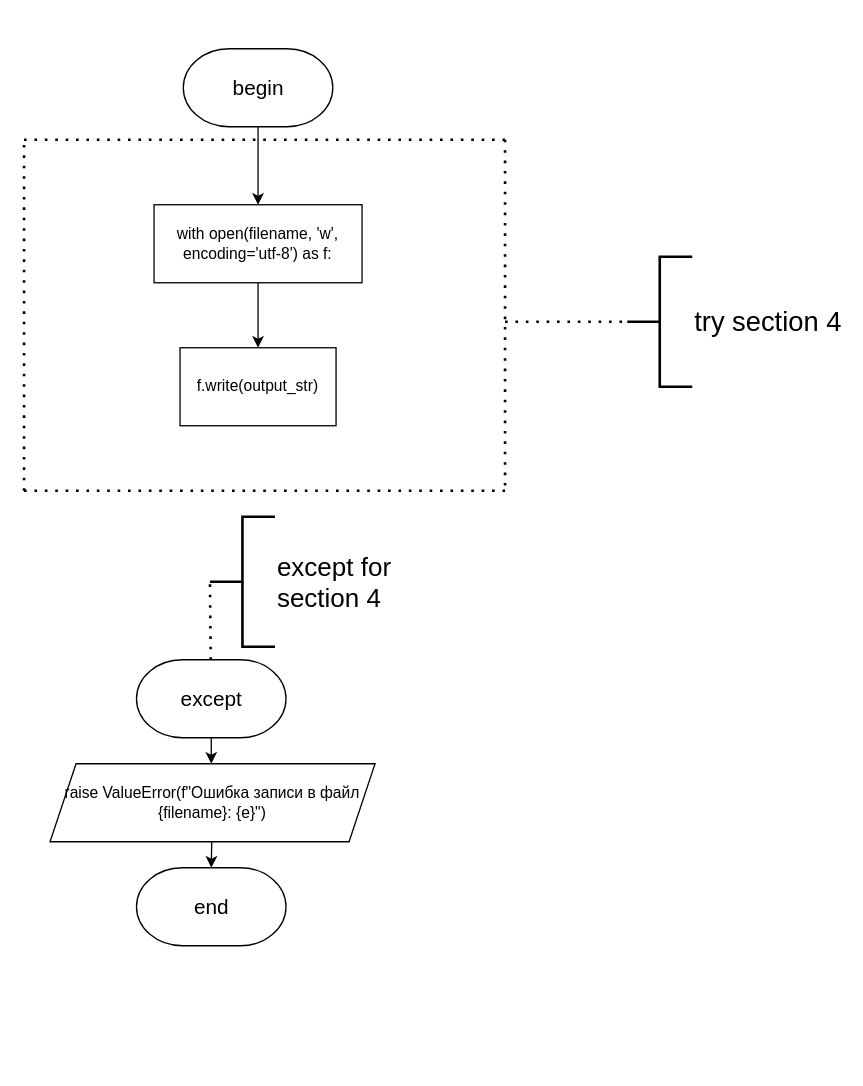
The draw.io diagram page "write_output" (4 of 8) of lw2/schemes/file_input.drawio in slavikovics/FuzzyInference, before the edit. Source tidied: cells renumbered, new cells numbered last; positions are measured from the earlier drawing's top-left corner, leaving out a move shared by most shapes. Both pictures are drawn from the tidied source at 130%, with x=0, y=0 at pixel (23, 48).
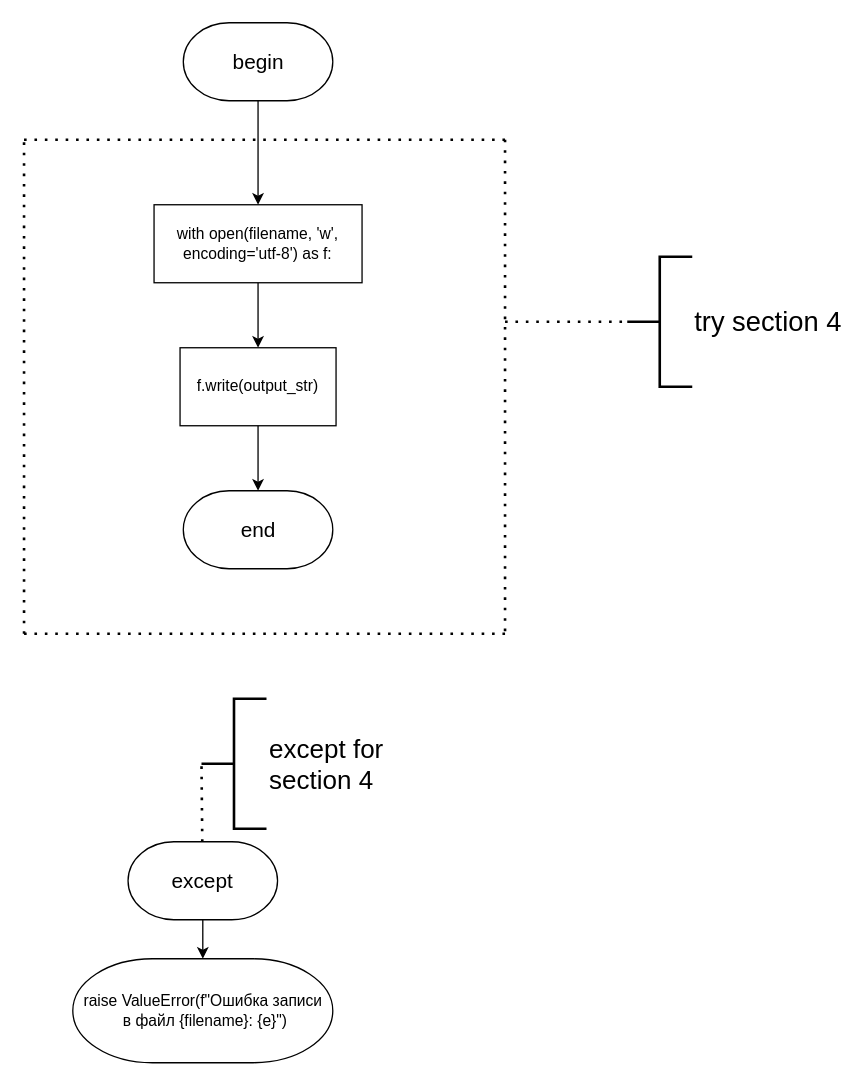
After the change.

Unchanged cells that the change refers to:
```xml
<mxCell id="6" value="f.write(output_str)" style="rounded=0;whiteSpace=wrap;html=1;" parent="1" vertex="1">
  <mxGeometry x="120" y="230" width="120" height="60" as="geometry" />
</mxCell>
```

The edit, as a diff of the source:
```diff
@@
     <mxCell id="5" value="&lt;font style=&quot;font-size: 16px;&quot;&gt;begin&lt;/font&gt;" style="strokeWidth=1;html=1;shape=mxgraph.flowchart.terminator;whiteSpace=wrap;" parent="1" vertex="1">
-      <mxGeometry x="122.5" width="115" height="60" as="geometry" />
+      <mxGeometry x="122.5" y="-20" width="115" height="60" as="geometry" />
     </mxCell>
+    <mxCell id="20" style="edgeStyle=orthogonalEdgeStyle;rounded=0;jettySize=auto;html=1;" parent="1" edge="1" source="6" target="21">
+      <mxGeometry relative="1" as="geometry" />
+    </mxCell>
@@
     <mxCell id="7" style="endArrow=none;dashed=1;html=1;dashPattern=1 3;strokeWidth=2;rounded=0;" parent="1" edge="1">
       <mxGeometry relative="1" as="geometry">
-        <mxPoint y="340" as="sourcePoint" />
-        <mxPoint x="375" y="340" as="targetPoint" />
+        <mxPoint y="450" as="sourcePoint" />
+        <mxPoint x="375" y="450" as="targetPoint" />
       </mxGeometry>
     </mxCell>
@@
     <mxCell id="9" style="endArrow=none;dashed=1;html=1;dashPattern=1 3;strokeWidth=2;rounded=0;" parent="1" edge="1">
       <mxGeometry relative="1" as="geometry">
         <mxPoint x="370" y="70" as="sourcePoint" />
-        <mxPoint x="370" y="340" as="targetPoint" />
+        <mxPoint x="370" y="450" as="targetPoint" />
       </mxGeometry>
     </mxCell>
     <mxCell id="10" style="endArrow=none;dashed=1;html=1;dashPattern=1 3;strokeWidth=2;rounded=0;" parent="1" edge="1">
       <mxGeometry relative="1" as="geometry">
-        <mxPoint y="340" as="sourcePoint" />
+        <mxPoint y="450" as="sourcePoint" />
         <mxPoint y="70" as="targetPoint" />
       </mxGeometry>
     </mxCell>
@@
-    <mxCell id="13" value="&lt;font style=&quot;font-size: 16px;&quot;&gt;end&lt;/font&gt;" style="strokeWidth=1;html=1;shape=mxgraph.flowchart.terminator;whiteSpace=wrap;" parent="1" vertex="1">
-      <mxGeometry x="86.5" y="630" width="115" height="60" as="geometry" />
+    <mxCell id="13" value="raise ValueError(f&quot;Ошибка записи&lt;div&gt;&amp;nbsp;в файл {filename}: {e}&quot;)&lt;/div&gt;" style="strokeWidth=1;html=1;shape=mxgraph.flowchart.terminator;whiteSpace=wrap;" parent="1" vertex="1">
+      <mxGeometry x="37.5" y="700" width="200" height="80" as="geometry" />
     </mxCell>
     <mxCell id="14" value="&lt;font style=&quot;font-size: 20px;&quot;&gt;except for&amp;nbsp;&lt;/font&gt;&lt;div&gt;&lt;font style=&quot;font-size: 20px;&quot;&gt;section 4&lt;/font&gt;&lt;/div&gt;" style="strokeWidth=2;html=1;shape=mxgraph.flowchart.annotation_2;align=left;labelPosition=right;" parent="1" vertex="1">
-      <mxGeometry x="143" y="360" width="50" height="100" as="geometry" />
+      <mxGeometry x="136.5" y="500" width="50" height="100" as="geometry" />
     </mxCell>
     <mxCell id="15" style="endArrow=none;dashed=1;html=1;dashPattern=1 3;strokeWidth=2;rounded=0;entryX=0;entryY=0.5;entryDx=0;entryDy=0;entryPerimeter=0;exitX=0.5;exitY=0;exitDx=0;exitDy=0;" parent="1" edge="1" target="14">
       <mxGeometry relative="1" as="geometry">
-        <mxPoint x="144" y="510" as="sourcePoint" />
+        <mxPoint x="137.5" y="650" as="sourcePoint" />
       </mxGeometry>
     </mxCell>
-    <mxCell id="16" style="edgeStyle=orthogonalEdgeStyle;rounded=0;jettySize=auto;html=1;" parent="1" edge="1" target="13">
-      <mxGeometry relative="1" as="geometry">
-        <mxPoint x="144" y="575" as="sourcePoint" />
-      </mxGeometry>
-    </mxCell>
-    <mxCell id="17" value="raise ValueError(f&quot;Ошибка записи в файл {filename}: {e}&quot;)" style="shape=parallelogram;perimeter=parallelogramPerimeter;whiteSpace=wrap;html=1;fixedSize=1;" parent="1" vertex="1">
-      <mxGeometry x="20" y="550" width="250" height="60" as="geometry" />
-    </mxCell>
-    <mxCell id="18" style="edgeStyle=orthogonalEdgeStyle;rounded=0;jettySize=auto;html=1;entryX=0.5;entryY=0;entryDx=0;entryDy=0;" parent="1" edge="1" source="19">
-      <mxGeometry relative="1" as="geometry">
-        <mxPoint x="144" y="550" as="targetPoint" />
-      </mxGeometry>
+    <mxCell id="18" style="edgeStyle=orthogonalEdgeStyle;rounded=0;jettySize=auto;html=1;" parent="1" edge="1" source="19" target="13">
+      <mxGeometry relative="1" as="geometry" />
     </mxCell>
     <mxCell id="19" value="&lt;font style=&quot;font-size: 16px;&quot;&gt;except&lt;/font&gt;" style="strokeWidth=1;html=1;shape=mxgraph.flowchart.terminator;whiteSpace=wrap;" parent="1" vertex="1">
-      <mxGeometry x="86.5" y="470" width="115" height="60" as="geometry" />
+      <mxGeometry x="80" y="610" width="115" height="60" as="geometry" />
     </mxCell>
+    <mxCell id="21" value="&lt;font style=&quot;font-size: 16px;&quot;&gt;end&lt;/font&gt;" style="strokeWidth=1;html=1;shape=mxgraph.flowchart.terminator;whiteSpace=wrap;" parent="1" vertex="1">
+      <mxGeometry x="122.5" y="340" width="115" height="60" as="geometry" />
+    </mxCell>
```
